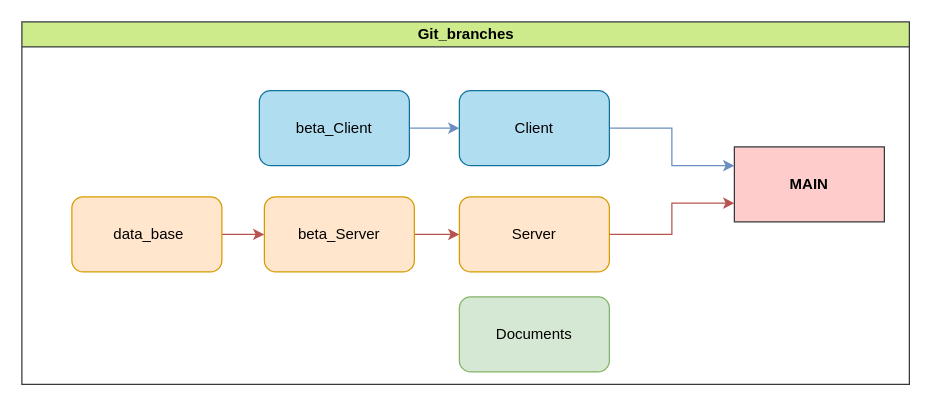
Before: git_branches.drawio in dimaan49/-TaMP-IBVJD, a draw.io diagram. Source tidied: cells renumbered, new cells numbered last; positions are measured from the earlier drawing's top-left corner, leaving out a move shared by most shapes. Both pictures are drawn from the tidied source at 125%, with x=0, y=0 at pixel (21, 21).
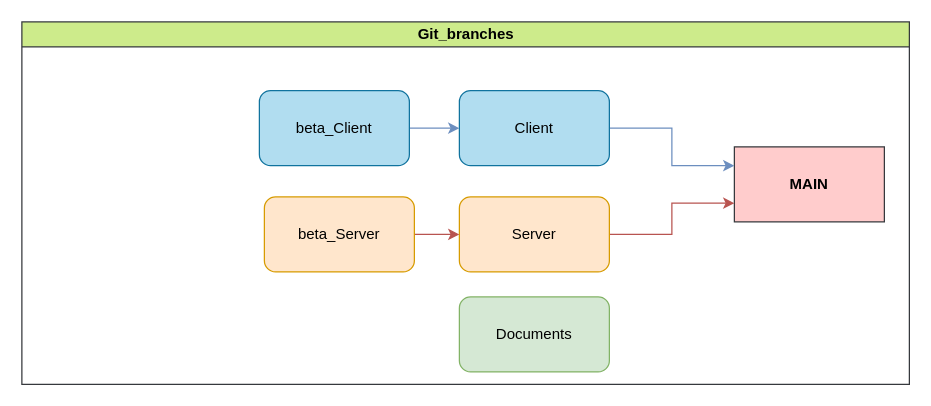
The same page after the edit.

Commit message:
delete data_base branch

The edit, as a diff of the source:
```diff
@@
 <mxGraphModel>
   <root>
     <mxCell id="0" />
     <mxCell id="1" parent="0" />
     <mxCell id="2" value="Git_branches" style="swimlane;html=1;startSize=20;horizontal=1;containerType=tree;glass=0;fillColor=#cdeb8b;strokeColor=#36393d;" parent="1" vertex="1">
       <mxGeometry width="710" height="290" as="geometry" />
     </mxCell>
     <mxCell id="3" value="&lt;b&gt;MAIN&lt;/b&gt;" style="rounded=0;whiteSpace=wrap;html=1;fillColor=#ffcccc;strokeColor=#36393d;" parent="2" vertex="1">
       <mxGeometry x="570" y="100" width="120" height="60" as="geometry" />
     </mxCell>
     <mxCell id="4" style="edgeStyle=orthogonalEdgeStyle;rounded=0;jettySize=auto;html=1;exitX=1;exitY=0.5;exitDx=0;exitDy=0;entryX=0;entryY=0.25;entryDx=0;entryDy=0;fillColor=#dae8fc;strokeColor=#6c8ebf;" parent="2" edge="1" source="5" target="3">
       <mxGeometry relative="1" as="geometry" />
     </mxCell>
     <mxCell id="5" value="Client" style="rounded=1;whiteSpace=wrap;html=1;fillColor=#b1ddf0;strokeColor=#10739e;" parent="2" vertex="1">
       <mxGeometry x="350" y="55" width="120" height="60" as="geometry" />
     </mxCell>
     <mxCell id="6" style="edgeStyle=orthogonalEdgeStyle;rounded=0;jettySize=auto;html=1;exitX=1;exitY=0.5;exitDx=0;exitDy=0;entryX=0;entryY=0.75;entryDx=0;entryDy=0;fillColor=#f8cecc;strokeColor=#b85450;" parent="2" edge="1" source="7" target="3">
       <mxGeometry relative="1" as="geometry" />
     </mxCell>
     <mxCell id="7" value="Server" style="rounded=1;whiteSpace=wrap;html=1;fillColor=#ffe6cc;strokeColor=#d79b00;" parent="2" vertex="1">
       <mxGeometry x="350" y="140" width="120" height="60" as="geometry" />
     </mxCell>
     <mxCell id="8" value="Documents" style="rounded=1;whiteSpace=wrap;html=1;fillColor=#d5e8d4;strokeColor=#82b366;" parent="2" vertex="1">
       <mxGeometry x="350" y="220" width="120" height="60" as="geometry" />
     </mxCell>
     <mxCell id="9" style="edgeStyle=orthogonalEdgeStyle;rounded=0;jettySize=auto;html=1;exitX=1;exitY=0.5;exitDx=0;exitDy=0;entryX=0;entryY=0.5;entryDx=0;entryDy=0;fillColor=#f8cecc;strokeColor=#b85450;" parent="2" edge="1" source="10" target="7">
       <mxGeometry relative="1" as="geometry" />
     </mxCell>
     <mxCell id="10" value="beta_Server" style="rounded=1;whiteSpace=wrap;html=1;fillColor=#ffe6cc;strokeColor=#d79b00;" parent="2" vertex="1">
       <mxGeometry x="194" y="140" width="120" height="60" as="geometry" />
     </mxCell>
     <mxCell id="11" style="edgeStyle=orthogonalEdgeStyle;rounded=0;jettySize=auto;html=1;exitX=1;exitY=0.5;exitDx=0;exitDy=0;entryX=0;entryY=0.5;entryDx=0;entryDy=0;fillColor=#dae8fc;strokeColor=#6c8ebf;" parent="2" edge="1" source="12" target="5">
       <mxGeometry relative="1" as="geometry" />
     </mxCell>
     <mxCell id="12" value="beta_Client" style="rounded=1;whiteSpace=wrap;html=1;fillColor=#b1ddf0;strokeColor=#10739e;" parent="2" vertex="1">
       <mxGeometry x="190" y="55" width="120" height="60" as="geometry" />
     </mxCell>
-    <mxCell id="13" style="edgeStyle=orthogonalEdgeStyle;rounded=0;jettySize=auto;html=1;exitX=1;exitY=0.5;exitDx=0;exitDy=0;entryX=0;entryY=0.5;entryDx=0;entryDy=0;fillColor=#f8cecc;strokeColor=#b85450;" parent="2" edge="1" source="14" target="10">
-      <mxGeometry relative="1" as="geometry" />
-    </mxCell>
-    <mxCell id="14" value="&lt;div&gt;&amp;nbsp;data_base&lt;/div&gt;" style="rounded=1;whiteSpace=wrap;html=1;fillColor=#ffe6cc;strokeColor=#d79b00;" parent="2" vertex="1">
-      <mxGeometry x="40" y="140" width="120" height="60" as="geometry" />
-    </mxCell>
   </root>
 </mxGraphModel>
```
